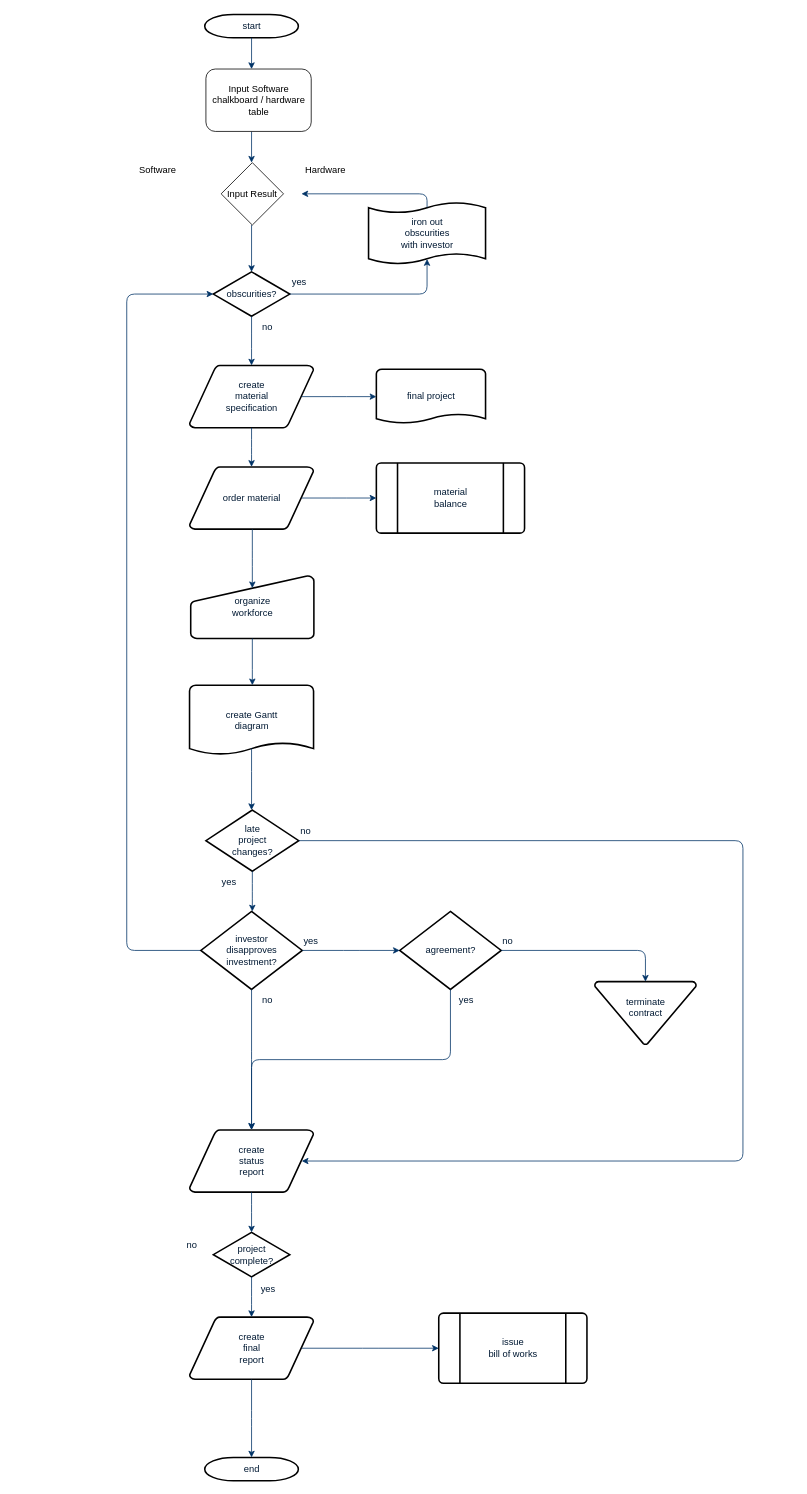
hubertdaryanto/MultimediaLN012019-KelompokA keeps this draw.io diagram as Flowchart Kelompok A.drawio. Above is the earlier version. Source tidied: cells renumbered, new cells numbered last; positions are measured from the earlier drawing's top-left corner, leaving out a move shared by most shapes. Both pictures are drawn from the tidied source at 78%, with x=0, y=0 at pixel (126, 14).
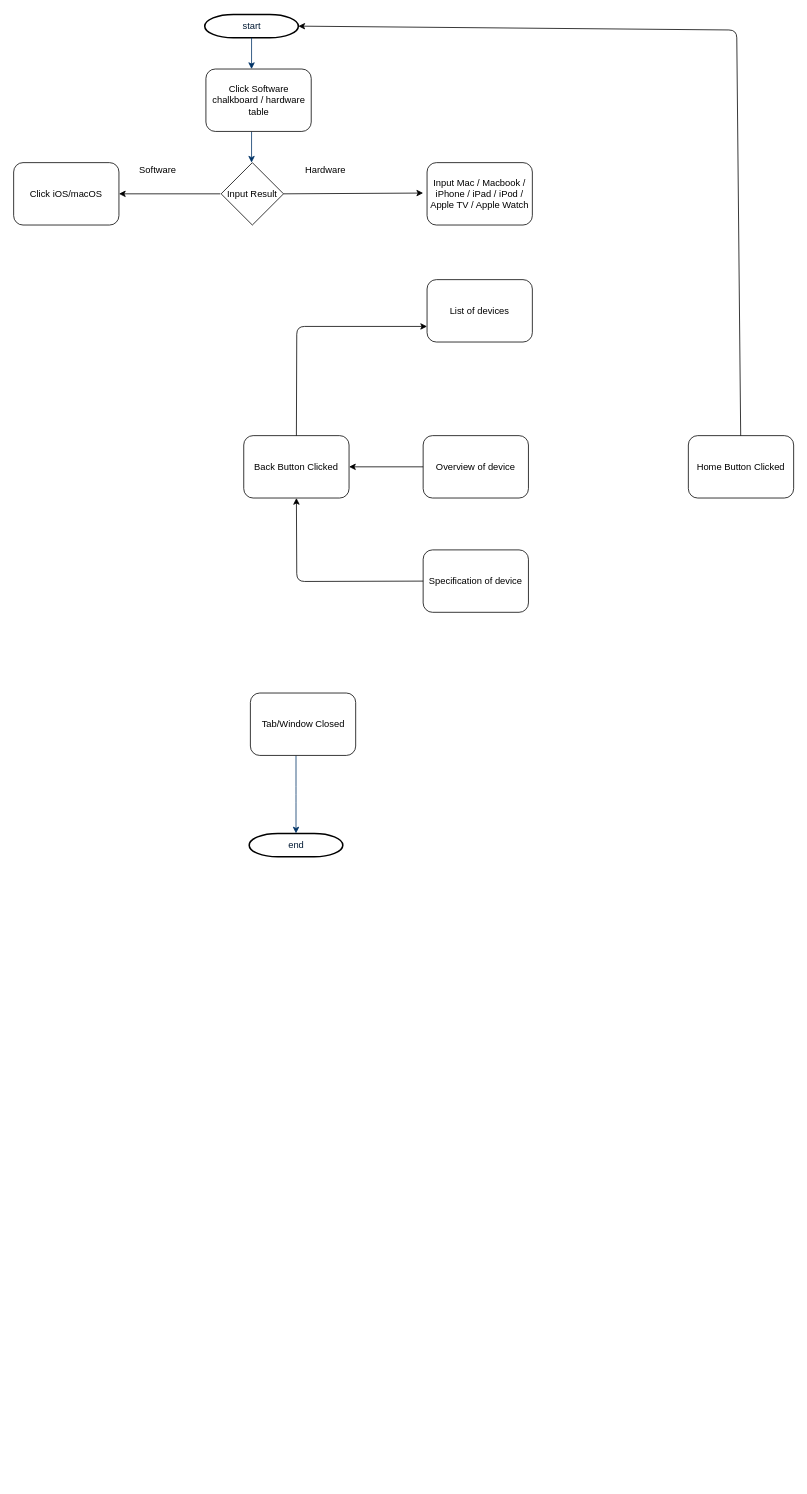
Above is the later version.

The change refers to these unchanged cells:
```xml
<mxCell id="2" value="start" style="shape=mxgraph.flowchart.terminator;fillColor=#FFFFFF;strokeColor=#000000;strokeWidth=2;gradientColor=none;gradientDirection=north;fontColor=#001933;fontStyle=0;html=1;" parent="1" vertex="1">
  <mxGeometry x="100" width="120" height="30" as="geometry" />
</mxCell>
<mxCell id="54" value="Input Result" style="rhombus;whiteSpace=wrap;html=1;" parent="1" vertex="1">
  <mxGeometry x="121" y="190" width="80" height="80" as="geometry" />
</mxCell>
```

Diff of the diagram source:
```diff
@@
-    <mxCell id="3" value="create&#10;material&#10;specification" style="shape=mxgraph.flowchart.data;fillColor=#FFFFFF;strokeColor=#000000;strokeWidth=2;gradientColor=none;gradientDirection=north;fontColor=#001933;fontStyle=0;html=1;" parent="1" vertex="1">
-      <mxGeometry x="80.5" y="450" width="159" height="80" as="geometry" />
-    </mxCell>
-    <mxCell id="4" value="obscurities?" style="shape=mxgraph.flowchart.decision;fillColor=#FFFFFF;strokeColor=#000000;strokeWidth=2;gradientColor=none;gradientDirection=north;fontColor=#001933;fontStyle=0;html=1;" parent="1" vertex="1">
-      <mxGeometry x="111" y="330" width="98" height="57" as="geometry" />
-    </mxCell>
@@
-    <mxCell id="7" style="entryX=0.5;entryY=0;entryPerimeter=0;fontColor=#001933;fontStyle=1;strokeColor=#003366;strokeWidth=1;html=1;" parent="1" edge="1" target="4">
-      <mxGeometry relative="1" as="geometry">
-        <mxPoint x="160" y="270" as="sourcePoint" />
-      </mxGeometry>
-    </mxCell>
-    <mxCell id="8" style="edgeStyle=elbowEdgeStyle;elbow=horizontal;entryX=0.5;entryY=0.91;entryPerimeter=0;exitX=1;exitY=0.5;exitPerimeter=0;fontColor=#001933;fontStyle=1;strokeColor=#003366;strokeWidth=1;html=1;" parent="1" edge="1" source="4" target="49">
-      <mxGeometry x="381" y="28.5" as="geometry">
-        <Array as="points">
-          <mxPoint x="385" y="340" />
-        </Array>
-      </mxGeometry>
-    </mxCell>
-    <mxCell id="9" value="yes" style="text;fontColor=#001933;fontStyle=0;html=1;strokeColor=none;gradientColor=none;fillColor=none;strokeWidth=2;" parent="1" vertex="1">
-      <mxGeometry x="210" y="330" width="40" height="26" as="geometry" />
-    </mxCell>
-    <mxCell id="10" style="edgeStyle=elbowEdgeStyle;elbow=horizontal;fontColor=#001933;fontStyle=1;strokeColor=#003366;strokeWidth=1;html=1;" parent="1" edge="1" source="4" target="3">
-      <mxGeometry as="geometry" />
-    </mxCell>
-    <mxCell id="11" value="order material" style="shape=mxgraph.flowchart.data;fillColor=#FFFFFF;strokeColor=#000000;strokeWidth=2;gradientColor=none;gradientDirection=north;fontColor=#001933;fontStyle=0;html=1;" parent="1" vertex="1">
-      <mxGeometry x="80.5" y="580" width="159" height="80" as="geometry" />
-    </mxCell>
-    <mxCell id="12" value="no" style="text;fontColor=#001933;fontStyle=0;html=1;strokeColor=none;gradientColor=none;fillColor=none;strokeWidth=2;align=center;" parent="1" vertex="1">
-      <mxGeometry x="160" y="387" width="40" height="26" as="geometry" />
-    </mxCell>
-    <mxCell id="13" value="final project" style="shape=mxgraph.flowchart.document;fillColor=#FFFFFF;strokeColor=#000000;strokeWidth=2;gradientColor=none;gradientDirection=north;fontColor=#001933;fontStyle=0;html=1;" parent="1" vertex="1">
-      <mxGeometry x="320" y="455" width="140" height="70" as="geometry" />
-    </mxCell>
-    <mxCell id="14" style="edgeStyle=elbowEdgeStyle;elbow=horizontal;exitX=0.905;exitY=0.5;exitPerimeter=0;fontColor=#001933;fontStyle=1;strokeColor=#003366;strokeWidth=1;html=1;" parent="1" edge="1" source="3" target="13">
-      <mxGeometry as="geometry" />
-    </mxCell>
-    <mxCell id="15" style="edgeStyle=elbowEdgeStyle;elbow=horizontal;fontColor=#001933;fontStyle=1;strokeColor=#003366;strokeWidth=1;html=1;" parent="1" edge="1" source="3" target="11">
-      <mxGeometry as="geometry" />
-    </mxCell>
-    <mxCell id="16" value="material&#10;balance" style="shape=mxgraph.flowchart.predefined_process;fillColor=#FFFFFF;strokeColor=#000000;strokeWidth=2;gradientColor=none;gradientDirection=north;fontColor=#001933;fontStyle=0;html=1;" parent="1" vertex="1">
-      <mxGeometry x="320" y="575" width="190" height="90" as="geometry" />
-    </mxCell>
-    <mxCell id="17" style="edgeStyle=elbowEdgeStyle;elbow=horizontal;exitX=0.905;exitY=0.5;exitPerimeter=0;fontColor=#001933;fontStyle=1;strokeColor=#003366;strokeWidth=1;html=1;" parent="1" edge="1" source="11" target="16">
-      <mxGeometry as="geometry" />
-    </mxCell>
-    <mxCell id="18" value="organize &#10;workforce" style="shape=mxgraph.flowchart.manual_input;fillColor=#FFFFFF;strokeColor=#000000;strokeWidth=2;gradientColor=none;gradientDirection=north;fontColor=#001933;fontStyle=0;html=1;" parent="1" vertex="1">
-      <mxGeometry x="82" y="720" width="158" height="80" as="geometry" />
-    </mxCell>
-    <mxCell id="19" style="edgeStyle=elbowEdgeStyle;elbow=horizontal;entryX=0.5;entryY=0.195;entryPerimeter=0;fontColor=#001933;fontStyle=1;strokeColor=#003366;strokeWidth=1;html=1;" parent="1" edge="1" source="11" target="18">
-      <mxGeometry as="geometry" />
-    </mxCell>
-    <mxCell id="20" value="create Gantt&#10;diagram" style="shape=mxgraph.flowchart.document;fillColor=#FFFFFF;strokeColor=#000000;strokeWidth=2;gradientColor=none;gradientDirection=north;fontColor=#001933;fontStyle=0;html=1;" parent="1" vertex="1">
-      <mxGeometry x="80.5" y="860" width="159" height="90" as="geometry" />
-    </mxCell>
-    <mxCell id="21" style="edgeStyle=elbowEdgeStyle;elbow=horizontal;exitX=0.5;exitY=1;exitPerimeter=0;fontColor=#001933;fontStyle=1;strokeColor=#003366;strokeWidth=1;html=1;" parent="1" edge="1" source="18" target="20">
-      <mxGeometry as="geometry" />
-    </mxCell>
-    <mxCell id="22" value="late&#10;project&#10;changes?" style="shape=mxgraph.flowchart.decision;fillColor=#FFFFFF;strokeColor=#000000;strokeWidth=2;gradientColor=none;gradientDirection=north;fontColor=#001933;fontStyle=0;html=1;" parent="1" vertex="1">
-      <mxGeometry x="101.5" y="1020" width="119" height="78.5" as="geometry" />
-    </mxCell>
-    <mxCell id="23" style="edgeStyle=elbowEdgeStyle;elbow=horizontal;exitX=0.5;exitY=0.9;exitPerimeter=0;fontColor=#001933;fontStyle=1;strokeColor=#003366;strokeWidth=1;html=1;" parent="1" edge="1" source="20" target="22">
-      <mxGeometry as="geometry" />
-    </mxCell>
-    <mxCell id="24" style="edgeStyle=elbowEdgeStyle;elbow=horizontal;exitX=0;exitY=0.5;exitPerimeter=0;entryX=0;entryY=0.5;entryPerimeter=0;fontColor=#001933;fontStyle=1;strokeColor=#003366;strokeWidth=1;html=1;" parent="1" edge="1" source="26" target="4">
-      <mxGeometry as="geometry">
-        <Array as="points">
-          <mxPoint y="790" />
-        </Array>
-      </mxGeometry>
-    </mxCell>
-    <mxCell id="25" value="yes" style="text;fontColor=#001933;fontStyle=0;html=1;strokeColor=none;gradientColor=none;fillColor=none;strokeWidth=2;" parent="1" vertex="1">
-      <mxGeometry x="120" y="1098.5" width="40" height="26" as="geometry" />
-    </mxCell>
-    <mxCell id="26" value="investor&#10;disapproves&#10; investment?" style="shape=mxgraph.flowchart.decision;fillColor=#FFFFFF;strokeColor=#000000;strokeWidth=2;gradientColor=none;gradientDirection=north;fontColor=#001933;fontStyle=0;html=1;" parent="1" vertex="1">
-      <mxGeometry x="95" y="1150" width="130" height="100" as="geometry" />
-    </mxCell>
-    <mxCell id="27" value="agreement?" style="shape=mxgraph.flowchart.decision;fillColor=#FFFFFF;strokeColor=#000000;strokeWidth=2;gradientColor=none;gradientDirection=north;fontColor=#001933;fontStyle=0;html=1;" parent="1" vertex="1">
-      <mxGeometry x="350" y="1150" width="130" height="100" as="geometry" />
-    </mxCell>
-    <mxCell id="28" style="edgeStyle=elbowEdgeStyle;elbow=horizontal;exitX=0.5;exitY=1;exitPerimeter=0;fontColor=#001933;fontStyle=1;strokeColor=#003366;strokeWidth=1;html=1;" parent="1" edge="1" source="22" target="26">
-      <mxGeometry as="geometry" />
-    </mxCell>
-    <mxCell id="29" style="edgeStyle=elbowEdgeStyle;elbow=horizontal;exitX=1;exitY=0.5;exitPerimeter=0;entryX=0;entryY=0.5;entryPerimeter=0;fontColor=#001933;fontStyle=1;strokeColor=#003366;strokeWidth=1;html=1;" parent="1" edge="1" source="26" target="27">
-      <mxGeometry as="geometry" />
-    </mxCell>
-    <mxCell id="30" value="terminate&#10;contract&#10;" style="shape=mxgraph.flowchart.merge_or_storage;fillColor=#FFFFFF;strokeColor=#000000;strokeWidth=2;gradientColor=none;gradientDirection=north;fontColor=#001933;fontStyle=0;html=1;" parent="1" vertex="1">
-      <mxGeometry x="600" y="1240" width="130" height="80.5" as="geometry" />
-    </mxCell>
-    <mxCell id="31" style="edgeStyle=elbowEdgeStyle;elbow=vertical;exitX=1;exitY=0.5;exitPerimeter=0;entryX=0.5;entryY=0;entryPerimeter=0;fontColor=#001933;fontStyle=1;strokeColor=#003366;strokeWidth=1;html=1;" parent="1" edge="1" source="27" target="30">
-      <mxGeometry as="geometry">
-        <Array as="points">
-          <mxPoint x="580" y="1200" />
-        </Array>
-      </mxGeometry>
-    </mxCell>
-    <mxCell id="32" value="create&#10;status&#10;report" style="shape=mxgraph.flowchart.data;fillColor=#FFFFFF;strokeColor=#000000;strokeWidth=2;gradientColor=none;gradientDirection=north;fontColor=#001933;fontStyle=0;html=1;" parent="1" vertex="1">
-      <mxGeometry x="80.5" y="1430" width="159" height="80" as="geometry" />
-    </mxCell>
-    <mxCell id="33" style="edgeStyle=elbowEdgeStyle;elbow=vertical;exitX=0.5;exitY=1;exitPerimeter=0;fontColor=#001933;fontStyle=1;strokeColor=#003366;strokeWidth=1;html=1;" parent="1" edge="1" source="26" target="32">
-      <mxGeometry as="geometry" />
-    </mxCell>
-    <mxCell id="34" style="edgeStyle=elbowEdgeStyle;elbow=vertical;exitX=0.5;exitY=1;exitPerimeter=0;entryX=0.5;entryY=0;entryPerimeter=0;fontColor=#001933;fontStyle=1;strokeColor=#003366;strokeWidth=1;html=1;" parent="1" edge="1" source="27" target="32">
-      <mxGeometry as="geometry" />
-    </mxCell>
-    <mxCell id="35" value="project&#10;complete?" style="shape=mxgraph.flowchart.decision;fillColor=#FFFFFF;strokeColor=#000000;strokeWidth=2;gradientColor=none;gradientDirection=north;fontColor=#001933;fontStyle=0;html=1;" parent="1" vertex="1">
-      <mxGeometry x="111" y="1561.5" width="98" height="57" as="geometry" />
-    </mxCell>
-    <mxCell id="36" value="create&#10;final&#10;report" style="shape=mxgraph.flowchart.data;fillColor=#FFFFFF;strokeColor=#000000;strokeWidth=2;gradientColor=none;gradientDirection=north;fontColor=#001933;fontStyle=0;html=1;" parent="1" vertex="1">
-      <mxGeometry x="80.5" y="1670" width="159" height="80" as="geometry" />
-    </mxCell>
-    <mxCell id="37" value="issue&#10;bill of works" style="shape=mxgraph.flowchart.predefined_process;fillColor=#FFFFFF;strokeColor=#000000;strokeWidth=2;gradientColor=none;gradientDirection=north;fontColor=#001933;fontStyle=0;html=1;" parent="1" vertex="1">
-      <mxGeometry x="400" y="1665" width="190" height="90" as="geometry" />
-    </mxCell>
     <mxCell id="38" value="end" style="shape=mxgraph.flowchart.terminator;fillColor=#FFFFFF;strokeColor=#000000;strokeWidth=2;gradientColor=none;gradientDirection=north;fontColor=#001933;fontStyle=0;html=1;" parent="1" vertex="1">
-      <mxGeometry x="100" y="1850" width="120" height="30" as="geometry" />
+      <mxGeometry x="157" y="1050" width="120" height="30" as="geometry" />
     </mxCell>
-    <mxCell id="39" style="edgeStyle=elbowEdgeStyle;elbow=vertical;exitX=0.5;exitY=1;exitPerimeter=0;entryX=0.5;entryY=0;entryPerimeter=0;fontColor=#001933;fontStyle=1;strokeColor=#003366;strokeWidth=1;html=1;" parent="1" edge="1" source="32" target="35">
-      <mxGeometry as="geometry" />
-    </mxCell>
-    <mxCell id="40" style="edgeStyle=elbowEdgeStyle;elbow=vertical;exitX=0.5;exitY=1;exitPerimeter=0;entryX=0.5;entryY=0;entryPerimeter=0;fontColor=#001933;fontStyle=1;strokeColor=#003366;strokeWidth=1;html=1;" parent="1" edge="1" source="35" target="36">
-      <mxGeometry as="geometry" />
-    </mxCell>
-    <mxCell id="41" style="edgeStyle=elbowEdgeStyle;elbow=vertical;exitX=0.5;exitY=1;exitPerimeter=0;entryX=0.5;entryY=0;entryPerimeter=0;fontColor=#001933;fontStyle=1;strokeColor=#003366;strokeWidth=1;html=1;" parent="1" edge="1" source="36" target="38">
-      <mxGeometry as="geometry" />
+    <mxCell id="41" style="edgeStyle=elbowEdgeStyle;elbow=vertical;exitX=0.5;exitY=1;exitPerimeter=0;entryX=0.5;entryY=0;entryPerimeter=0;fontColor=#001933;fontStyle=1;strokeColor=#003366;strokeWidth=1;html=1;" parent="1" edge="1" target="38">
+      <mxGeometry x="57" y="-800" as="geometry">
+        <mxPoint x="217" y="950" as="sourcePoint" />
+      </mxGeometry>
     </mxCell>
-    <mxCell id="42" style="edgeStyle=elbowEdgeStyle;elbow=vertical;exitX=0.905;exitY=0.5;exitPerimeter=0;entryX=0;entryY=0.5;entryPerimeter=0;fontColor=#001933;fontStyle=1;strokeColor=#003366;strokeWidth=1;html=1;" parent="1" edge="1" source="36" target="37">
-      <mxGeometry as="geometry" />
-    </mxCell>
-    <mxCell id="43" style="edgeStyle=elbowEdgeStyle;elbow=horizontal;exitX=1;exitY=0.5;exitPerimeter=0;entryX=0.905;entryY=0.5;entryPerimeter=0;fontColor=#001933;fontStyle=1;strokeColor=#003366;strokeWidth=1;html=1;" parent="1" edge="1" source="22" target="32">
-      <mxGeometry as="geometry">
-        <Array as="points">
-          <mxPoint x="790" y="1260" />
-        </Array>
-      </mxGeometry>
-    </mxCell>
-    <mxCell id="44" value="no" style="text;fontColor=#001933;fontStyle=0;html=1;strokeColor=none;gradientColor=none;fillColor=none;strokeWidth=2;" parent="1" vertex="1">
-      <mxGeometry x="220.5" y="1033.2" width="40" height="26" as="geometry" />
-    </mxCell>
-    <mxCell id="45" value="yes" style="text;fontColor=#001933;fontStyle=0;html=1;strokeColor=none;gradientColor=none;fillColor=none;strokeWidth=2;" parent="1" vertex="1">
-      <mxGeometry x="225" y="1174" width="40" height="26" as="geometry" />
-    </mxCell>
-    <mxCell id="46" value="no" style="text;fontColor=#001933;fontStyle=0;html=1;strokeColor=none;gradientColor=none;fillColor=none;strokeWidth=2;align=center;" parent="1" vertex="1">
-      <mxGeometry x="160" y="1250" width="40" height="26" as="geometry" />
-    </mxCell>
-    <mxCell id="47" value="yes" style="text;fontColor=#001933;fontStyle=0;html=1;strokeColor=none;gradientColor=none;fillColor=none;strokeWidth=2;align=center;" parent="1" vertex="1">
-      <mxGeometry x="415" y="1250" width="40" height="26" as="geometry" />
-    </mxCell>
-    <mxCell id="48" value="no" style="text;fontColor=#001933;fontStyle=0;html=1;strokeColor=none;gradientColor=none;fillColor=none;strokeWidth=2;" parent="1" vertex="1">
-      <mxGeometry x="480" y="1174" width="40" height="26" as="geometry" />
-    </mxCell>
-    <mxCell id="49" value="iron out&#10;obscurities &#10;with investor" style="shape=mxgraph.flowchart.paper_tape;fillColor=#FFFFFF;strokeColor=#000000;strokeWidth=2;gradientColor=none;gradientDirection=north;fontColor=#001933;fontStyle=0;html=1;" parent="1" vertex="1">
-      <mxGeometry x="310" y="240" width="150" height="81" as="geometry" />
-    </mxCell>
-    <mxCell id="50" style="edgeStyle=elbowEdgeStyle;elbow=horizontal;exitX=0.5;exitY=0.09;exitPerimeter=0;entryX=0.905;entryY=0.5;entryPerimeter=0;fontColor=#001933;fontStyle=1;strokeColor=#003366;strokeWidth=1;html=1;" parent="1" edge="1" source="49">
-      <mxGeometry as="geometry">
-        <mxPoint x="224" y="230" as="targetPoint" />
-        <Array as="points">
-          <mxPoint x="385" y="240" />
-        </Array>
-      </mxGeometry>
-    </mxCell>
-    <mxCell id="51" value="yes" style="text;fontColor=#001933;fontStyle=0;html=1;strokeColor=none;gradientColor=none;fillColor=none;strokeWidth=2;align=center;" parent="1" vertex="1">
-      <mxGeometry x="161" y="1620" width="40" height="26" as="geometry" />
-    </mxCell>
-    <mxCell id="52" value="no" style="text;fontColor=#001933;fontStyle=0;html=1;strokeColor=none;gradientColor=none;fillColor=none;strokeWidth=2;" parent="1" vertex="1">
-      <mxGeometry x="75" y="1564" width="40" height="26" as="geometry" />
-    </mxCell>
-    <mxCell id="53" value="Input Software chalkboard / hardware table " style="rounded=1;whiteSpace=wrap;html=1;" parent="1" vertex="1">
+    <mxCell id="53" value="Click Software chalkboard / hardware table " style="rounded=1;whiteSpace=wrap;html=1;" parent="1" vertex="1">
       <mxGeometry x="101.5" y="70" width="135" height="80" as="geometry" />
     </mxCell>
@@
+    <mxCell id="57" style="endArrow=classic;html=1;" parent="1" edge="1">
+      <mxGeometry relative="1" as="geometry">
+        <mxPoint x="120" y="230" as="sourcePoint" />
+        <mxPoint x="-10" y="230" as="targetPoint" />
+      </mxGeometry>
+    </mxCell>
+    <mxCell id="58" value="Click iOS/macOS" style="rounded=1;whiteSpace=wrap;html=1;" parent="1" vertex="1">
+      <mxGeometry x="-145" y="190" width="135" height="80" as="geometry" />
+    </mxCell>
+    <mxCell id="59" style="endArrow=classic;html=1;exitX=1;exitY=0.5;exitDx=0;exitDy=0;" parent="1" edge="1" source="54">
+      <mxGeometry relative="1" as="geometry">
+        <mxPoint x="380" y="229" as="targetPoint" />
+      </mxGeometry>
+    </mxCell>
+    <mxCell id="60" value="Input Mac / Macbook / iPhone / iPad / iPod / Apple TV / Apple Watch " style="rounded=1;whiteSpace=wrap;html=1;" parent="1" vertex="1">
+      <mxGeometry x="385" y="190" width="135" height="80" as="geometry" />
+    </mxCell>
+    <mxCell id="61" value="List of devices" style="rounded=1;whiteSpace=wrap;html=1;" parent="1" vertex="1">
+      <mxGeometry x="385" y="340" width="135" height="80" as="geometry" />
+    </mxCell>
+    <mxCell id="62" value="Overview of device" style="rounded=1;whiteSpace=wrap;html=1;" parent="1" vertex="1">
+      <mxGeometry x="380" y="540" width="135" height="80" as="geometry" />
+    </mxCell>
+    <mxCell id="63" value="Home Button Clicked" style="rounded=1;whiteSpace=wrap;html=1;" parent="1" vertex="1">
+      <mxGeometry x="720" y="540" width="135" height="80" as="geometry" />
+    </mxCell>
+    <mxCell id="64" style="endArrow=classic;html=1;entryX=1;entryY=0.5;entryDx=0;entryDy=0;entryPerimeter=0;" parent="1" edge="1" source="63" target="2">
+      <mxGeometry relative="1" as="geometry">
+        <Array as="points">
+          <mxPoint x="782" y="20" />
+        </Array>
+      </mxGeometry>
+    </mxCell>
+    <mxCell id="65" value="Back Button Clicked" style="rounded=1;whiteSpace=wrap;html=1;" parent="1" vertex="1">
+      <mxGeometry x="150" y="540" width="135" height="80" as="geometry" />
+    </mxCell>
+    <mxCell id="66" value="Specification of device" style="rounded=1;whiteSpace=wrap;html=1;" parent="1" vertex="1">
+      <mxGeometry x="380" y="686.5" width="135" height="80" as="geometry" />
+    </mxCell>
+    <mxCell id="67" style="endArrow=classic;html=1;entryX=0.5;entryY=1;entryDx=0;entryDy=0;exitX=0;exitY=0.5;exitDx=0;exitDy=0;" parent="1" edge="1" source="66" target="65">
+      <mxGeometry relative="1" as="geometry">
+        <Array as="points">
+          <mxPoint x="218" y="727" />
+        </Array>
+      </mxGeometry>
+    </mxCell>
+    <mxCell id="68" style="endArrow=classic;html=1;exitX=0;exitY=0.5;exitDx=0;exitDy=0;entryX=1;entryY=0.5;entryDx=0;entryDy=0;" parent="1" edge="1" source="62" target="65">
+      <mxGeometry relative="1" as="geometry" />
+    </mxCell>
+    <mxCell id="69" style="endArrow=classic;html=1;entryX=0;entryY=0.75;entryDx=0;entryDy=0;exitX=0.5;exitY=0;exitDx=0;exitDy=0;" parent="1" edge="1" source="65" target="61">
+      <mxGeometry relative="1" as="geometry">
+        <Array as="points">
+          <mxPoint x="218" y="400" />
+        </Array>
+      </mxGeometry>
+    </mxCell>
+    <mxCell id="70" value="Tab/Window Closed" style="rounded=1;whiteSpace=wrap;html=1;" parent="1" vertex="1">
+      <mxGeometry x="158.5" y="870" width="135" height="80" as="geometry" />
+    </mxCell>
```
